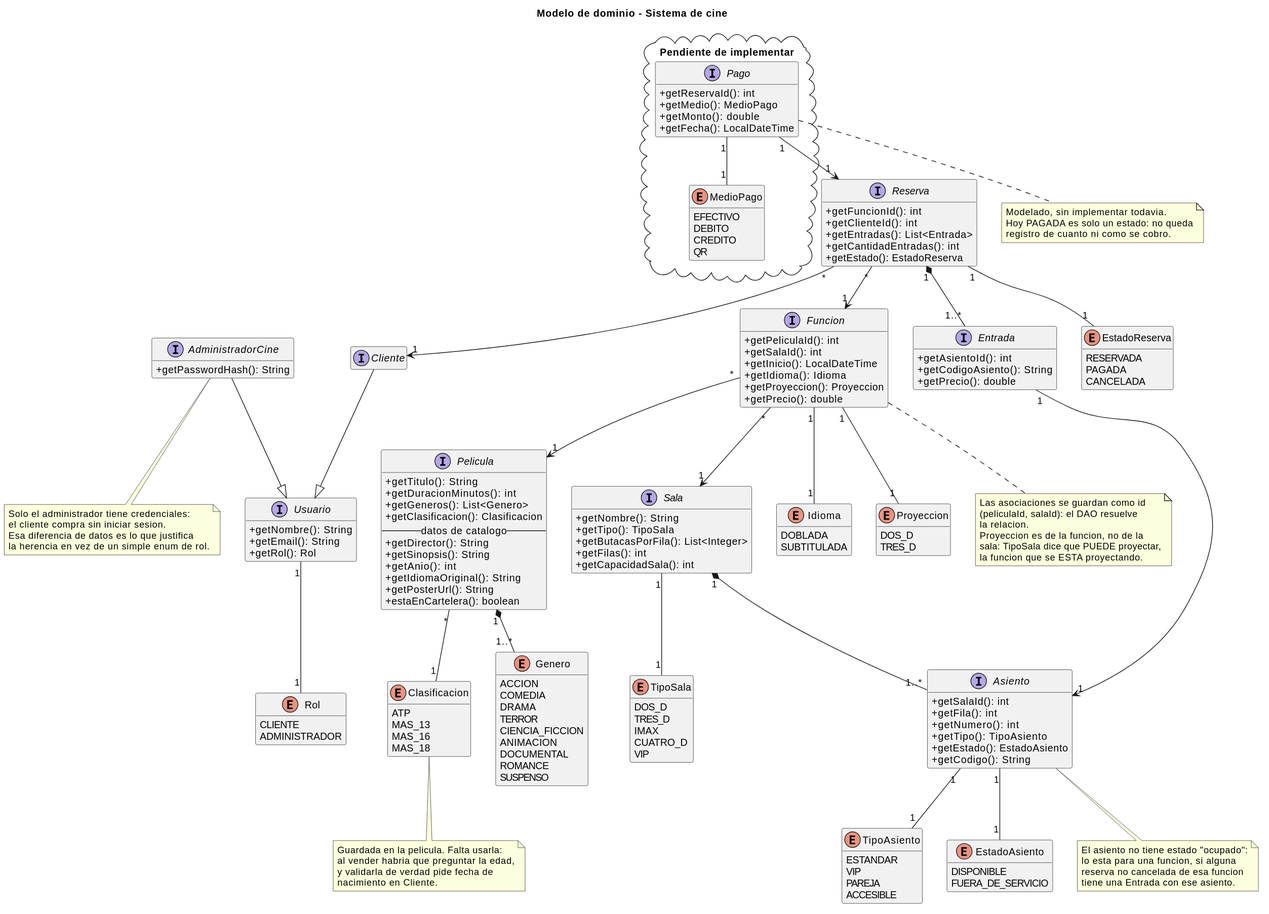
The PlantUML diagram cine-backend/docs/diagramas/clases-dominio.svg in andreiveisuade/cine-uade, before a commit.
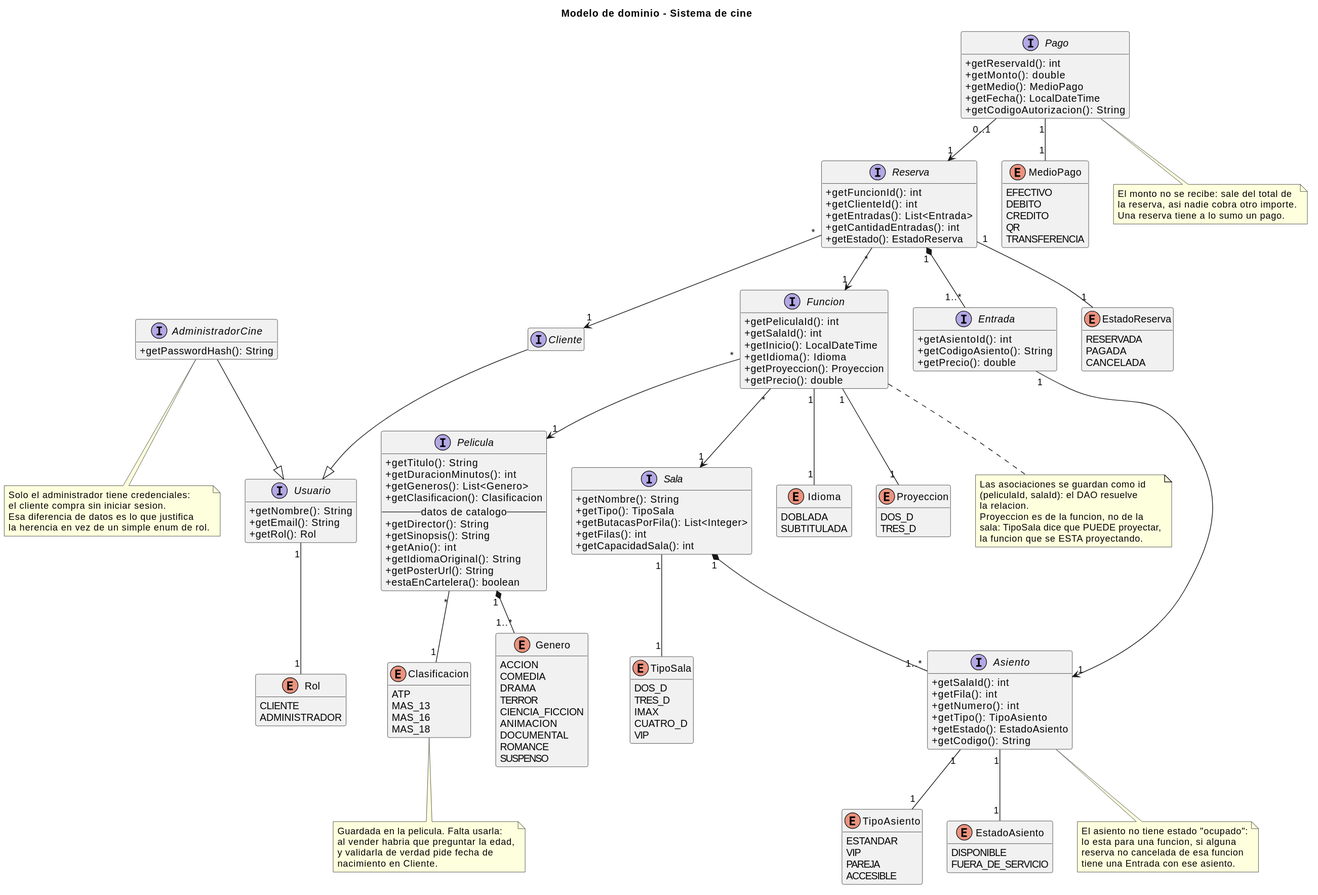
The same diagram one commit later.

The edit, as a diff of the source:
```diff
@@ -175,30 +175,30 @@
   la funcion que se ESTA proyectando.
 end note
 
-package "Pendiente de implementar" <<Cloud>> {
-  interface Pago {
-    +getReservaId(): int
-    +getMedio(): MedioPago
-    +getMonto(): double
-    +getFecha(): LocalDateTime
-  }
-
-  enum MedioPago {
-    EFECTIVO
-    DEBITO
-    CREDITO
-    QR
-  }
+interface Pago {
+  +getReservaId(): int
+  +getMonto(): double
+  +getMedio(): MedioPago
+  +getFecha(): LocalDateTime
+  +getCodigoAutorizacion(): String
 }
 
-Pago "1" --> "1" Reserva
+enum MedioPago {
+  EFECTIVO
+  DEBITO
+  CREDITO
+  QR
+  TRANSFERENCIA
+}
+
+Pago "0..1" --> "1" Reserva
 Pago "1" -- "1" MedioPago
 Pelicula "*" -- "1" Clasificacion
 
 note bottom of Pago
-  Modelado, sin implementar todavia.
-  Hoy PAGADA es solo un estado: no queda
-  registro de cuanto ni como se cobro.
+  El monto no se recibe: sale del total de
+  la reserva, asi nadie cobra otro importe.
+  Una reserva tiene a lo sumo un pago.
 end note
 
 note bottom of Clasificacion
```
